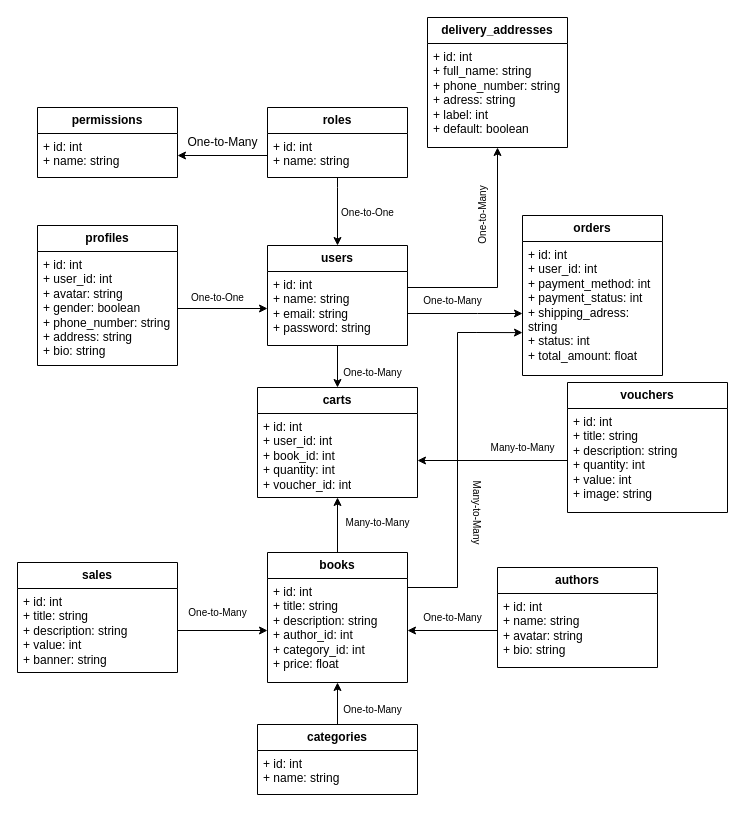
Earlier version of the draw.io diagram public/Thiết kế ERD.drawio (tcquan-dev/demo). Source tidied: cells renumbered, new cells numbered last; positions are measured from the earlier drawing's top-left corner, leaving out a move shared by most shapes. Both pictures are drawn from the tidied source at 100%, with x=0, y=0 at pixel (17, 17).
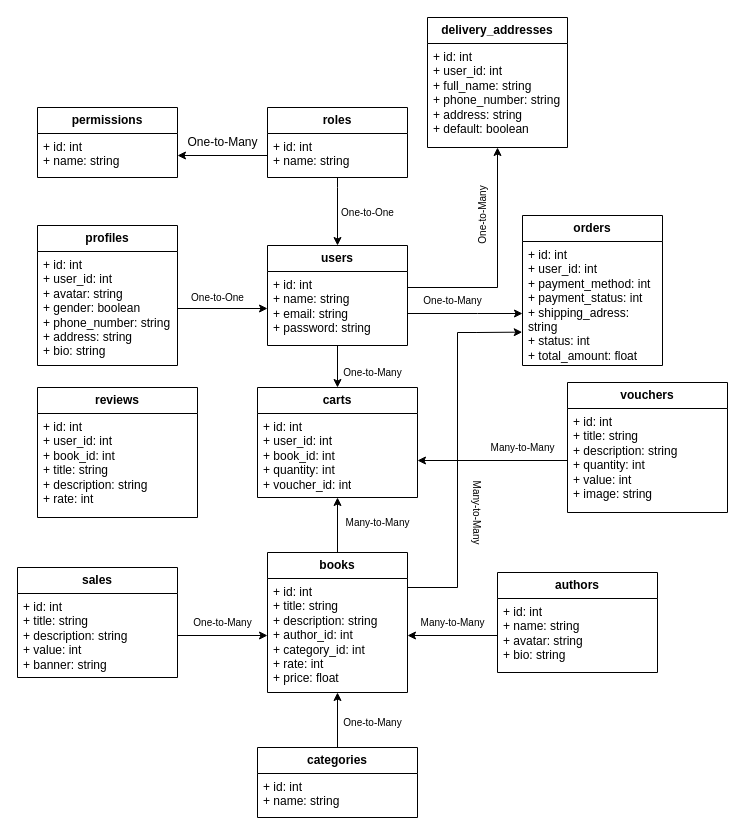
The same page after the edit.

Commit message:
Cập nhật Thiết kế ERD.drawio

Unchanged cells that the change refers to:
```xml
<mxCell id="45" value="&lt;b&gt;delivery_addresses&lt;/b&gt;" style="swimlane;fontStyle=0;horizontal=1;startSize=26;fillColor=none;whiteSpace=wrap;html=1;" parent="1" vertex="1">
  <mxGeometry x="410" width="140" height="130" as="geometry" />
</mxCell>
```

Change to the diagram source:
```diff
@@
     <mxCell id="12" value="&lt;b&gt;books&lt;/b&gt;" style="swimlane;fontStyle=0;horizontal=1;startSize=26;fillColor=none;whiteSpace=wrap;html=1;" parent="1" vertex="1">
-      <mxGeometry x="250" y="535" width="140" height="130" as="geometry" />
+      <mxGeometry x="250" y="535" width="140" height="140" as="geometry" />
     </mxCell>
-    <mxCell id="13" value="&lt;div&gt;+ id: int&lt;/div&gt;&lt;div&gt;+ title: string&lt;/div&gt;+ description: string&lt;div&gt;+ author_id: int&lt;/div&gt;&lt;div&gt;+ category_id: int&lt;/div&gt;&lt;div&gt;+ price: float&lt;/div&gt;" style="text;strokeColor=none;fillColor=none;align=left;verticalAlign=top;spacingLeft=4;spacingRight=4;overflow=hidden;points=[[0,0.5],[1,0.5]];portConstraint=eastwest;whiteSpace=wrap;html=1;" parent="12" vertex="1">
-      <mxGeometry y="26" width="140" height="104" as="geometry" />
+    <mxCell id="13" value="&lt;div&gt;+ id: int&lt;/div&gt;&lt;div&gt;+ title: string&lt;/div&gt;+ description: string&lt;div&gt;+ author_id: int&lt;/div&gt;&lt;div&gt;+ category_id: int&lt;/div&gt;&lt;div&gt;+ rate: int&lt;/div&gt;&lt;div&gt;+ price: float&lt;/div&gt;" style="text;strokeColor=none;fillColor=none;align=left;verticalAlign=top;spacingLeft=4;spacingRight=4;overflow=hidden;points=[[0,0.5],[1,0.5]];portConstraint=eastwest;whiteSpace=wrap;html=1;" parent="12" vertex="1">
+      <mxGeometry y="26" width="140" height="114" as="geometry" />
     </mxCell>
     <mxCell id="14" value="&lt;b&gt;authors&lt;/b&gt;" style="swimlane;fontStyle=0;horizontal=1;startSize=26;fillColor=none;whiteSpace=wrap;html=1;" parent="1" vertex="1">
-      <mxGeometry x="480" y="550" width="160" height="100" as="geometry" />
+      <mxGeometry x="480" y="555" width="160" height="100" as="geometry" />
     </mxCell>
@@
-    <mxCell id="16" value="One-to-Many" style="text;html=1;align=center;verticalAlign=middle;strokeColor=none;fillColor=none;fontSize=10;" parent="1" vertex="1">
-      <mxGeometry x="395" y="585" width="80" height="30" as="geometry" />
+    <mxCell id="16" value="Many-to-Many" style="text;html=1;align=center;verticalAlign=middle;strokeColor=none;fillColor=none;fontSize=10;" parent="1" vertex="1">
+      <mxGeometry x="390" y="590" width="90" height="30" as="geometry" />
     </mxCell>
     <mxCell id="17" value="&lt;b&gt;categories&lt;/b&gt;" style="swimlane;fontStyle=0;horizontal=1;startSize=26;fillColor=none;whiteSpace=wrap;html=1;" parent="1" vertex="1">
-      <mxGeometry x="240" y="707" width="160" height="70" as="geometry" />
+      <mxGeometry x="240" y="730" width="160" height="70" as="geometry" />
     </mxCell>
@@
     <mxCell id="19" value="One-to-Many" style="text;html=1;align=center;verticalAlign=middle;strokeColor=none;fillColor=none;fontSize=10;" parent="1" vertex="1">
-      <mxGeometry x="315" y="677" width="80" height="30" as="geometry" />
+      <mxGeometry x="315" y="690" width="80" height="30" as="geometry" />
     </mxCell>
@@
     <mxCell id="26" value="&lt;b&gt;orders&lt;/b&gt;" style="swimlane;fontStyle=0;horizontal=1;startSize=26;fillColor=none;whiteSpace=wrap;html=1;" parent="1" vertex="1">
-      <mxGeometry x="505" y="198" width="140" height="160" as="geometry" />
+      <mxGeometry x="505" y="198" width="140" height="150" as="geometry" />
     </mxCell>
     <mxCell id="27" value="&lt;div&gt;+ id: int&lt;/div&gt;&lt;div&gt;+ user_id: int&lt;/div&gt;&lt;div&gt;+ payment_method: int&lt;/div&gt;&lt;div&gt;+ payment_status: int&lt;/div&gt;+ shipping_adress: string&lt;div&gt;&lt;div&gt;+ status: int&lt;/div&gt;&lt;/div&gt;&lt;div&gt;+ total_amount: float&lt;/div&gt;" style="text;strokeColor=none;fillColor=none;align=left;verticalAlign=top;spacingLeft=4;spacingRight=4;overflow=hidden;points=[[0,0.5],[1,0.5]];portConstraint=eastwest;whiteSpace=wrap;html=1;" parent="26" vertex="1">
-      <mxGeometry y="26" width="140" height="134" as="geometry" />
+      <mxGeometry y="26" width="140" height="124" as="geometry" />
     </mxCell>
@@
     <mxCell id="34" value="&lt;b&gt;sales&lt;/b&gt;" style="swimlane;fontStyle=0;horizontal=1;startSize=26;fillColor=none;whiteSpace=wrap;html=1;" parent="1" vertex="1">
-      <mxGeometry y="545" width="160" height="110" as="geometry" />
+      <mxGeometry y="550" width="160" height="110" as="geometry" />
     </mxCell>
@@
     <mxCell id="37" value="One-to-Many" style="text;html=1;align=center;verticalAlign=middle;strokeColor=none;fillColor=none;fontSize=10;" parent="1" vertex="1">
-      <mxGeometry x="160" y="580" width="80" height="30" as="geometry" />
+      <mxGeometry x="165" y="590" width="80" height="30" as="geometry" />
     </mxCell>
-    <mxCell id="38" style="endArrow=classic;html=1;rounded=0;entryX=0;entryY=0.68;entryDx=0;entryDy=0;entryPerimeter=0;" parent="1" edge="1" target="27">
+    <mxCell id="38" style="endArrow=classic;html=1;rounded=0;entryX=-0.002;entryY=0.731;entryDx=0;entryDy=0;entryPerimeter=0;" parent="1" edge="1" target="27">
       <mxGeometry relative="1" as="geometry">
         <mxPoint x="390" y="570" as="sourcePoint" />
         <Array as="points">
           <mxPoint x="440" y="570" />
           <mxPoint x="440" y="315" />
           <mxPoint x="459.4" y="315" />
         </Array>
       </mxGeometry>
     </mxCell>
@@
-    <mxCell id="46" value="&lt;div&gt;+ id: int&lt;/div&gt;&lt;div&gt;+ full_name: string&lt;/div&gt;&lt;div&gt;+ phone_number: string&lt;/div&gt;&lt;div&gt;+ adress: string&lt;/div&gt;&lt;div&gt;+ label: int&lt;br&gt;+ default: boolean&lt;/div&gt;" style="text;strokeColor=none;fillColor=none;align=left;verticalAlign=top;spacingLeft=4;spacingRight=4;overflow=hidden;whiteSpace=wrap;html=1;" parent="45" vertex="1">
+    <mxCell id="46" value="&lt;div&gt;+ id: int&lt;/div&gt;&lt;div&gt;+ user_id: int&lt;/div&gt;&lt;div&gt;+ full_name: string&lt;/div&gt;&lt;div&gt;+ phone_number: string&lt;/div&gt;&lt;div&gt;+ address: string&lt;/div&gt;&lt;div&gt;+ default: boolean&lt;/div&gt;" style="text;strokeColor=none;fillColor=none;align=left;verticalAlign=top;spacingLeft=4;spacingRight=4;overflow=hidden;whiteSpace=wrap;html=1;" parent="45" vertex="1">
       <mxGeometry y="26" width="140" height="104" as="geometry" />
     </mxCell>
-    <mxCell id="47" style="endArrow=classic;html=1;rounded=0;entryX=0.497;entryY=1.027;entryDx=0;entryDy=0;entryPerimeter=0;" parent="1" edge="1">
+    <mxCell id="47" style="endArrow=classic;html=1;rounded=0;entryX=0.5;entryY=1;entryDx=0;entryDy=0;" parent="1" edge="1" target="45">
       <mxGeometry relative="1" as="geometry">
         <mxPoint x="390" y="270" as="sourcePoint" />
-        <mxPoint x="480" y="130" as="targetPoint" />
         <Array as="points">
           <mxPoint x="480" y="270" />
         </Array>
       </mxGeometry>
     </mxCell>
@@
+    <mxCell id="50" value="&lt;b&gt;reviews&lt;/b&gt;" style="swimlane;fontStyle=0;horizontal=1;startSize=26;fillColor=none;whiteSpace=wrap;html=1;" parent="1" vertex="1">
+      <mxGeometry x="20" y="370" width="160" height="130" as="geometry" />
+    </mxCell>
+    <mxCell id="51" value="&lt;div&gt;+ id: int&lt;/div&gt;&lt;div&gt;+ user_id: int&lt;/div&gt;+ book_id: int&lt;div&gt;+ title: string&lt;/div&gt;&lt;div&gt;+ description: string&lt;/div&gt;&lt;div&gt;+ rate: int&lt;/div&gt;" style="text;strokeColor=none;fillColor=none;align=left;verticalAlign=top;spacingLeft=4;spacingRight=4;overflow=hidden;whiteSpace=wrap;html=1;" parent="50" vertex="1">
+      <mxGeometry y="26" width="160" height="104" as="geometry" />
+    </mxCell>
```
